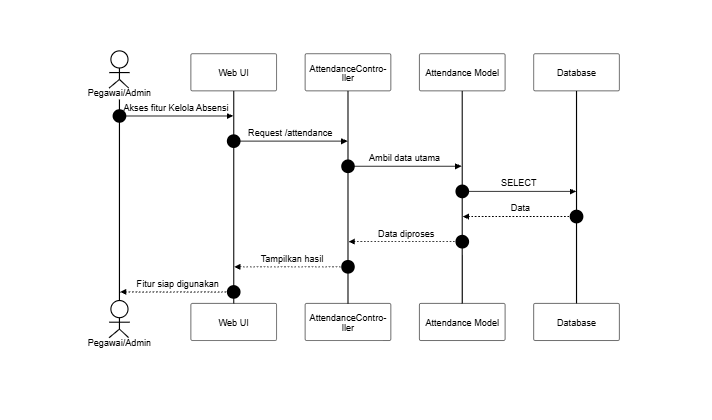
Earlier version of the Mermaid export docs/SequenceDiagram/PNG_Transparent/AbsensiSaya-Lihat.png (SulaimanHafi23/SimpegRSHDI). Its source is kept beside it as docs/SequenceDiagram/AbsensiSaya-Lihat.mermaid. The source it was exported from:
```mermaid
%%{init: {"theme": "base", "themeVariables": {"background": "#dddddd", "primaryColor": "#ffffff", "primaryBorderColor": "#000000", "primaryTextColor": "#000000", "lineColor": "#000000", "textColor": "#000000", "actorBkg": "#ffffff", "actorBorder": "#000000", "actorTextColor": "#000000", "activationBkgColor": "#ffffff", "activationBorderColor": "#000000", "signalColor": "#000000", "signalTextColor": "#000000", "labelBoxBkgColor": "#ffffff", "labelBoxBorderColor": "#000000", "labelTextColor": "#000000", "sequenceNumberColor": "#000000", "noteBkgColor": "#ffffff", "noteBorderColor": "#000000", "noteTextColor": "#000000"}, "sequence": {"useMaxWidth": true, "wrap": true, "messageFontSize": 12, "noteFontSize": 12}}}%%
sequenceDiagram
    autonumber
    actor A as Pegawai/Admin
    participant UI as Web UI
    participant C as AttendanceController
    participant M as Attendance Model
    participant DB as Database

    A->>UI: Akses fitur Kelola Absensi
    UI->>C: Request /attendance
    C->>M: Ambil data utama
    M->>DB: SELECT
    DB-->>M: Data
    M-->>C: Data diproses
    C-->>UI: Tampilkan hasil
    UI-->>A: Fitur siap digunakan
```
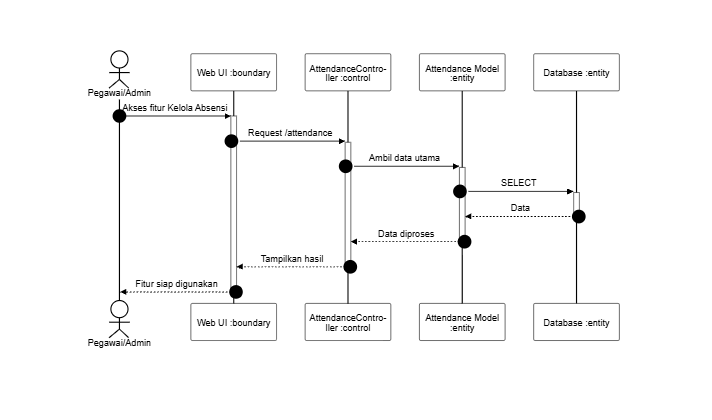
The same diagram one commit later.

The edit, as a diff of the source:
```diff
@@ -2,16 +2,16 @@
 sequenceDiagram
     autonumber
     actor A as Pegawai/Admin
-    participant UI as Web UI
-    participant C as AttendanceController
-    participant M as Attendance Model
-    participant DB as Database
+    participant UI as Web UI :boundary
+    participant C as AttendanceController :control
+    participant M as Attendance Model :entity
+    participant DB as Database :entity
 
-    A->>UI: Akses fitur Kelola Absensi
-    UI->>C: Request /attendance
-    C->>M: Ambil data utama
-    M->>DB: SELECT
-    DB-->>M: Data
-    M-->>C: Data diproses
-    C-->>UI: Tampilkan hasil
-    UI-->>A: Fitur siap digunakan
+    A->>+UI: Akses fitur Kelola Absensi
+    UI->>+C: Request /attendance
+    C->>+M: Ambil data utama
+    M->>+DB: SELECT
+    DB-->>-M: Data
+    M-->>-C: Data diproses
+    C-->>-UI: Tampilkan hasil
+    UI-->>-A: Fitur siap digunakan
```
